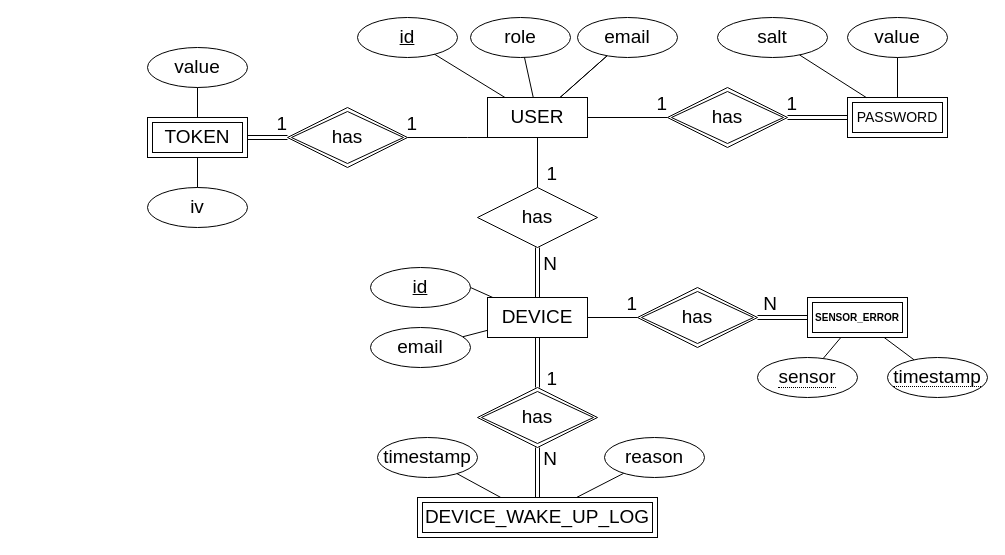
MiguelRocha2001/PS-Monitor-IoT-System keeps this draw.io diagram as Documentation/Diagrams/PostgresDB-diagram.drawio. Above is the earlier version. Source tidied: cells renumbered, new cells numbered last; positions are measured from the earlier drawing's top-left corner, leaving out a move shared by most shapes. Both pictures are drawn from the tidied source at 100%, with x=0, y=0 at pixel (147, 17).
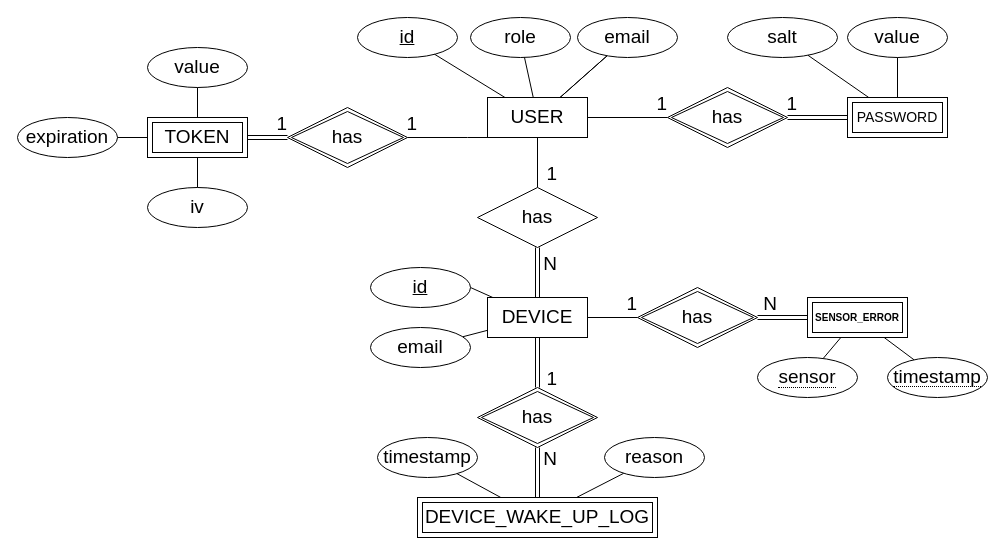
After the change.

Unchanged cells that the change refers to:
```xml
<mxCell id="48" value="TOKEN" style="shape=ext;margin=3;double=1;whiteSpace=wrap;html=1;align=center;fontStyle=0;fontSize=19;" parent="1" vertex="1">
  <mxGeometry y="100" width="100" height="40" as="geometry" />
</mxCell>
```

Change to the diagram source:
```diff
@@
     <mxCell id="57" value="&lt;font style=&quot;font-size: 19px;&quot;&gt;salt&lt;/font&gt;" style="ellipse;whiteSpace=wrap;html=1;align=center;" parent="1" vertex="1">
-      <mxGeometry x="570" width="110" height="40" as="geometry" />
+      <mxGeometry x="580" width="110" height="40" as="geometry" />
     </mxCell>
@@
+    <mxCell id="60" style="endArrow=none;html=1;rounded=0;" parent="1" edge="1" source="48">
+      <mxGeometry relative="1" as="geometry">
+        <mxPoint x="-70" y="120" as="targetPoint" />
+      </mxGeometry>
+    </mxCell>
+    <mxCell id="61" value="&lt;font style=&quot;font-size: 19px;&quot;&gt;expiration&lt;/font&gt;" style="ellipse;whiteSpace=wrap;html=1;align=center;" parent="1" vertex="1">
+      <mxGeometry x="-130" y="100" width="100" height="40" as="geometry" />
+    </mxCell>
```
